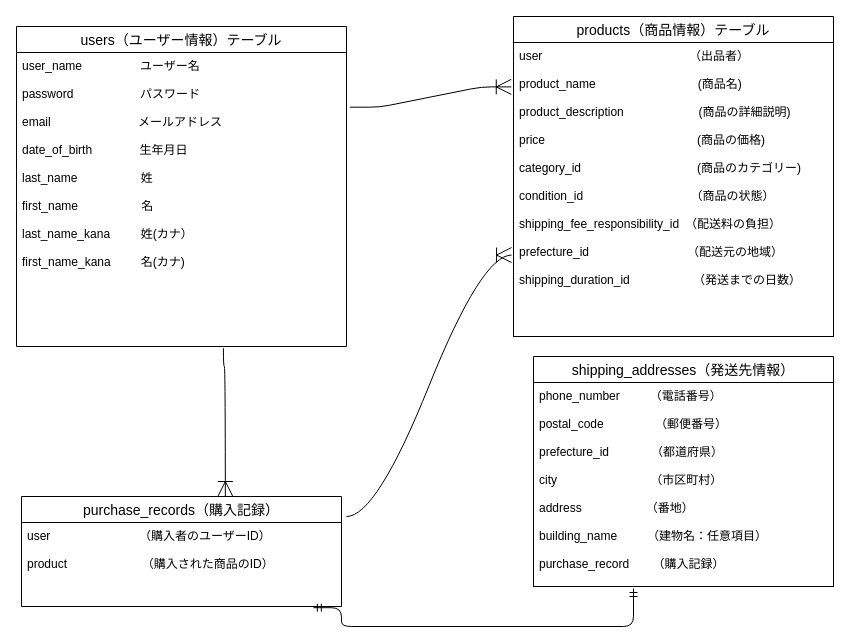
Above: test.dio in yoshimune1126/furima-41310 (draw.io), before the change. Source tidied: cells renumbered, new cells numbered last; positions are measured from the earlier drawing's top-left corner, leaving out a move shared by most shapes. Both pictures are drawn from the tidied source at 100%, with x=0, y=0 at pixel (16, 16).
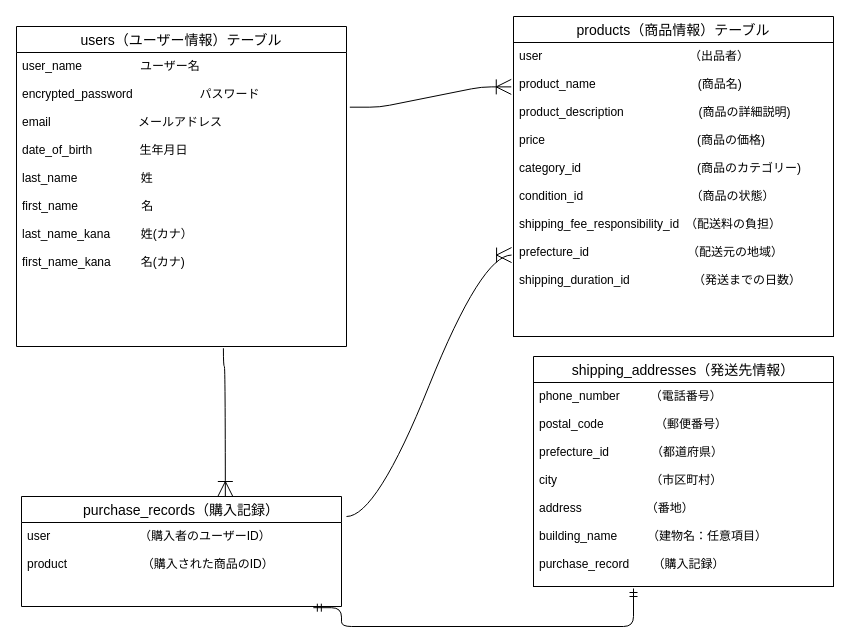
The same diagram, later.

The change refers to these unchanged cells:
```xml
<mxCell id="3" value="users（ユーザー情報）テーブル" style="swimlane;fontStyle=0;horizontal=1;startSize=26;align=center;fontSize=14;labelBackgroundColor=none;fillColor=default;" parent="1" vertex="1">
  <mxGeometry y="10" width="330" height="320" as="geometry" />
</mxCell>
```

Diff of the diagram source:
```diff
@@
-    <mxCell id="4" value="user_name 　　　 　 ユーザー名&#10;&#10;password 　　　　 　パスワード&#10;&#10;email　　　　　　 　メールアドレス&#10;&#10;date_of_birth     　　  生年月日&#10;　&#10;last_name　　　　 　姓&#10;&#10;first_name                   名&#10;&#10;last_name_kana　　  姓(カナ）&#10;&#10;first_name_kana         名(カナ)&#10;" style="text;strokeColor=none;fillColor=none;spacingLeft=4;spacingRight=4;overflow=hidden;points=[[0,0.5],[1,0.5]];portConstraint=eastwest;fontSize=12;" parent="3" vertex="1">
+    <mxCell id="4" value="user_name 　　　 　 ユーザー名&#10;&#10;encrypted_password 　　　　 　パスワード&#10;&#10;email　　　　　　 　メールアドレス&#10;&#10;date_of_birth     　　  生年月日&#10;　&#10;last_name　　　　 　姓&#10;&#10;first_name                   名&#10;&#10;last_name_kana　　  姓(カナ）&#10;&#10;first_name_kana         名(カナ)&#10;" style="text;strokeColor=none;fillColor=none;spacingLeft=4;spacingRight=4;overflow=hidden;points=[[0,0.5],[1,0.5]];portConstraint=eastwest;fontSize=12;" parent="3" vertex="1">
       <mxGeometry y="26" width="330" height="294" as="geometry" />
     </mxCell>
```
